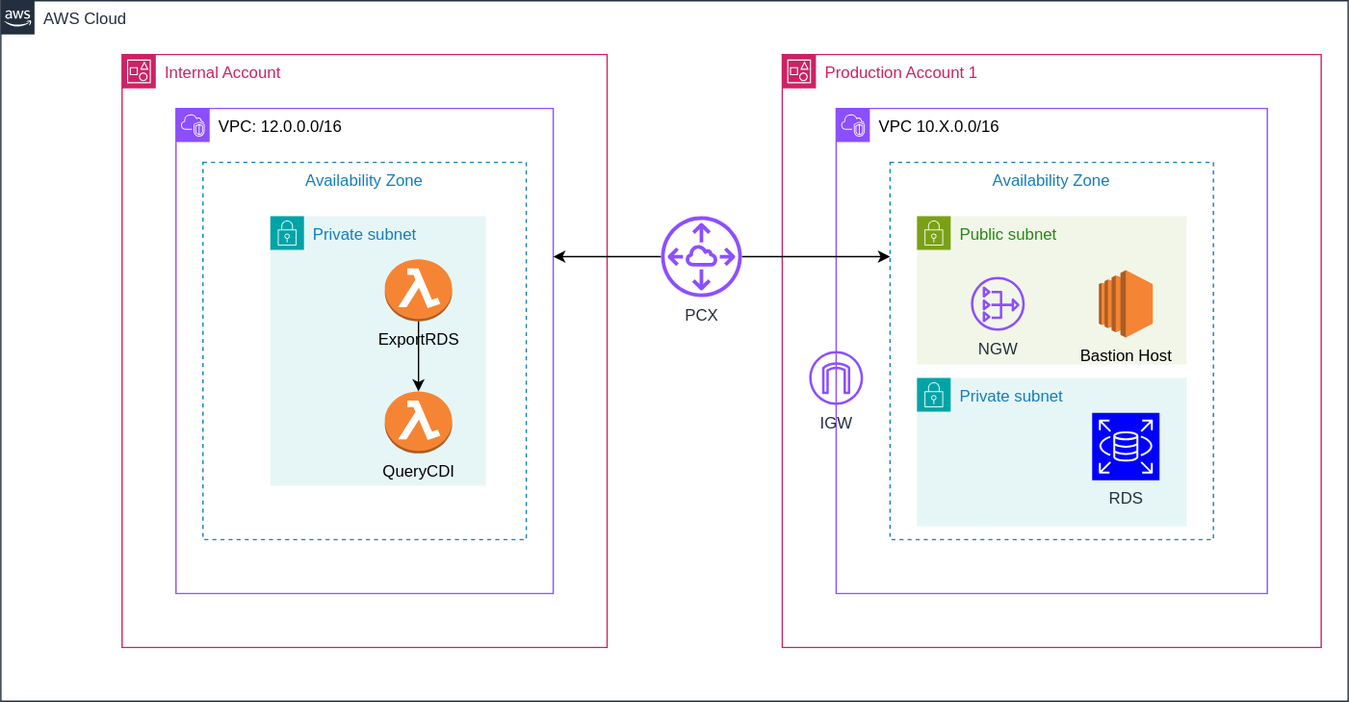
Earlier version of the draw.io export diagrams/VPC Peering Network Diagram.svg (omarsinno-oreyeon/AWSProductionNetwork). Source tidied: cells renumbered, new cells last; positions are measured from the earlier drawing's top-left corner, leaving out a move shared by most shapes. The source it was exported from:
```xml
<mxGraphModel>
  <root>
    <mxCell id="0" />
    <mxCell id="1" parent="0" />
    <mxCell id="2" value="AWS Cloud" style="gradientColor=none;html=1;whiteSpace=wrap;fontSize=12;fontStyle=0;shape=mxgraph.aws4.group;grIcon=mxgraph.aws4.group_aws_cloud_alt;strokeColor=#232F3E;fillColor=none;verticalAlign=top;align=left;spacingLeft=30;fontColor=#232F3E;dashed=0;" parent="1" vertex="1">
      <mxGeometry width="1000" height="520" as="geometry" />
    </mxCell>
    <mxCell id="3" value="Internal Account" style="gradientColor=none;html=1;whiteSpace=wrap;fontSize=12;fontStyle=0;shape=mxgraph.aws4.group;grIcon=mxgraph.aws4.group_account;strokeColor=#CD2264;fillColor=none;verticalAlign=top;align=left;spacingLeft=30;fontColor=#CD2264;dashed=0;" parent="2" vertex="1">
      <mxGeometry x="90" y="40" width="360" height="440" as="geometry" />
    </mxCell>
    <mxCell id="4" value="&lt;font color=&quot;#000000&quot;&gt;VPC: 12.0.0.0/16&lt;/font&gt;" style="points=[[0,0],[0.25,0],[0.5,0],[0.75,0],[1,0],[1,0.25],[1,0.5],[1,0.75],[1,1],[0.75,1],[0.5,1],[0.25,1],[0,1],[0,0.75],[0,0.5],[0,0.25]];outlineConnect=0;gradientColor=none;html=1;whiteSpace=wrap;fontSize=12;fontStyle=0;shape=mxgraph.aws4.group;grIcon=mxgraph.aws4.group_vpc2;strokeColor=#8C4FFF;fillColor=none;verticalAlign=top;align=left;spacingLeft=30;fontColor=#AAB7B8;dashed=0;" parent="3" vertex="1">
      <mxGeometry x="40" y="40" width="280" height="360" as="geometry" />
    </mxCell>
    <mxCell id="5" value="Availability Zone" style="fillColor=none;strokeColor=#147EBA;dashed=1;verticalAlign=top;fontStyle=0;fontColor=#147EBA;whiteSpace=wrap;html=1;" parent="4" vertex="1">
      <mxGeometry x="20" y="40" width="240" height="280" as="geometry" />
    </mxCell>
    <mxCell id="6" value="Private subnet" style="gradientColor=none;html=1;whiteSpace=wrap;fontSize=12;fontStyle=0;shape=mxgraph.aws4.group;grIcon=mxgraph.aws4.group_security_group;grStroke=0;strokeColor=#00A4A6;fillColor=#E6F6F7;verticalAlign=top;align=left;spacingLeft=30;fontColor=#147EBA;dashed=0;" parent="4" vertex="1">
      <mxGeometry x="70" y="80" width="160" height="200" as="geometry" />
    </mxCell>
    <mxCell id="7" value="ExportRDS" style="outlineConnect=0;dashed=0;verticalLabelPosition=bottom;verticalAlign=top;align=center;html=1;shape=mxgraph.aws3.lambda_function;fillColor=#F58534;gradientColor=none;" parent="6" vertex="1">
      <mxGeometry x="85" y="32" width="50" height="46" as="geometry" />
    </mxCell>
    <mxCell id="8" value="QueryCDI" style="outlineConnect=0;dashed=0;verticalLabelPosition=bottom;verticalAlign=top;align=center;html=1;shape=mxgraph.aws3.lambda_function;fillColor=#F58534;gradientColor=none;" parent="6" vertex="1">
      <mxGeometry x="85" y="130" width="50" height="46" as="geometry" />
    </mxCell>
    <mxCell id="9" style="edgeStyle=orthogonalEdgeStyle;rounded=0;jettySize=auto;html=1;" parent="6" edge="1" source="7" target="8">
      <mxGeometry relative="1" as="geometry" />
    </mxCell>
    <mxCell id="10" value="Production Account 1" style="gradientColor=none;html=1;whiteSpace=wrap;fontSize=12;fontStyle=0;shape=mxgraph.aws4.group;grIcon=mxgraph.aws4.group_account;strokeColor=#CD2264;fillColor=none;verticalAlign=top;align=left;spacingLeft=30;fontColor=#CD2264;dashed=0;" parent="2" vertex="1">
      <mxGeometry x="580" y="40" width="400" height="440" as="geometry" />
    </mxCell>
    <mxCell id="11" value="&lt;font color=&quot;#000000&quot;&gt;VPC 10.X.0.0/16&lt;/font&gt;" style="gradientColor=none;html=1;whiteSpace=wrap;fontSize=12;fontStyle=0;shape=mxgraph.aws4.group;grIcon=mxgraph.aws4.group_vpc2;strokeColor=#8C4FFF;fillColor=none;verticalAlign=top;align=left;spacingLeft=30;fontColor=#AAB7B8;dashed=0;" parent="10" vertex="1">
      <mxGeometry x="40" y="40" width="320" height="360" as="geometry" />
    </mxCell>
    <mxCell id="12" value="Availability Zone" style="fillColor=none;strokeColor=#147EBA;dashed=1;verticalAlign=top;fontStyle=0;fontColor=#147EBA;whiteSpace=wrap;html=1;" parent="11" vertex="1">
      <mxGeometry x="40" y="40" width="240" height="280" as="geometry" />
    </mxCell>
    <mxCell id="13" value="Public subnet" style="gradientColor=none;html=1;whiteSpace=wrap;fontSize=12;fontStyle=0;shape=mxgraph.aws4.group;grIcon=mxgraph.aws4.group_security_group;grStroke=0;strokeColor=#7AA116;fillColor=#F2F6E8;verticalAlign=top;align=left;spacingLeft=30;fontColor=#248814;dashed=0;" parent="11" vertex="1">
      <mxGeometry x="60" y="80" width="200" height="110" as="geometry" />
    </mxCell>
    <mxCell id="14" value="Bastion Host" style="dashed=0;verticalLabelPosition=bottom;verticalAlign=top;align=center;html=1;shape=mxgraph.aws3.ec2;fillColor=#F58534;gradientColor=none;" parent="13" vertex="1">
      <mxGeometry x="135" y="40" width="40" height="50" as="geometry" />
    </mxCell>
    <mxCell id="15" value="NGW" style="sketch=0;fontColor=#232F3E;gradientColor=none;fillColor=#8C4FFF;strokeColor=none;dashed=0;verticalLabelPosition=bottom;verticalAlign=top;align=center;html=1;fontSize=12;fontStyle=0;shape=mxgraph.aws4.nat_gateway;" parent="13" vertex="1">
      <mxGeometry x="40" y="45" width="40" height="40" as="geometry" />
    </mxCell>
    <mxCell id="16" value="Private subnet" style="gradientColor=none;html=1;whiteSpace=wrap;fontSize=12;fontStyle=0;shape=mxgraph.aws4.group;grIcon=mxgraph.aws4.group_security_group;grStroke=0;strokeColor=#00A4A6;fillColor=#E6F6F7;verticalAlign=top;align=left;spacingLeft=30;fontColor=#147EBA;dashed=0;" parent="11" vertex="1">
      <mxGeometry x="60" y="200" width="200" height="110" as="geometry" />
    </mxCell>
    <mxCell id="17" value="RDS" style="sketch=0;fontColor=#232F3E;fillColor=#0000FF;strokeColor=#ffffff;dashed=0;verticalLabelPosition=bottom;verticalAlign=top;align=center;html=1;fontSize=12;fontStyle=0;shape=mxgraph.aws4.resourceIcon;resIcon=mxgraph.aws4.rds;" parent="16" vertex="1">
      <mxGeometry x="130" y="26" width="50" height="50" as="geometry" />
    </mxCell>
    <mxCell id="18" value="IGW" style="sketch=0;fontColor=#232F3E;gradientColor=none;fillColor=#8C4FFF;strokeColor=none;dashed=0;verticalLabelPosition=bottom;verticalAlign=top;align=center;html=1;fontSize=12;fontStyle=0;shape=mxgraph.aws4.internet_gateway;" parent="11" vertex="1">
      <mxGeometry x="-20" y="180" width="40" height="40" as="geometry" />
    </mxCell>
    <mxCell id="19" style="edgeStyle=orthogonalEdgeStyle;rounded=0;jettySize=auto;html=1;" parent="2" edge="1" source="21" target="4">
      <mxGeometry relative="1" as="geometry">
        <Array as="points">
          <mxPoint x="460" y="190" />
          <mxPoint x="460" y="190" />
        </Array>
      </mxGeometry>
    </mxCell>
    <mxCell id="20" style="edgeStyle=orthogonalEdgeStyle;rounded=0;jettySize=auto;html=1;entryX=0;entryY=0.25;entryDx=0;entryDy=0;" parent="2" edge="1" source="21" target="12">
      <mxGeometry relative="1" as="geometry" />
    </mxCell>
    <mxCell id="21" value="PCX" style="sketch=0;outlineConnect=0;fontColor=#232F3E;gradientColor=none;fillColor=#8C4FFF;strokeColor=none;dashed=0;verticalLabelPosition=bottom;verticalAlign=top;align=center;html=1;fontSize=12;fontStyle=0;shape=mxgraph.aws4.peering;" parent="2" vertex="1">
      <mxGeometry x="490" y="160" width="60" height="60" as="geometry" />
    </mxCell>
  </root>
</mxGraphModel>
```
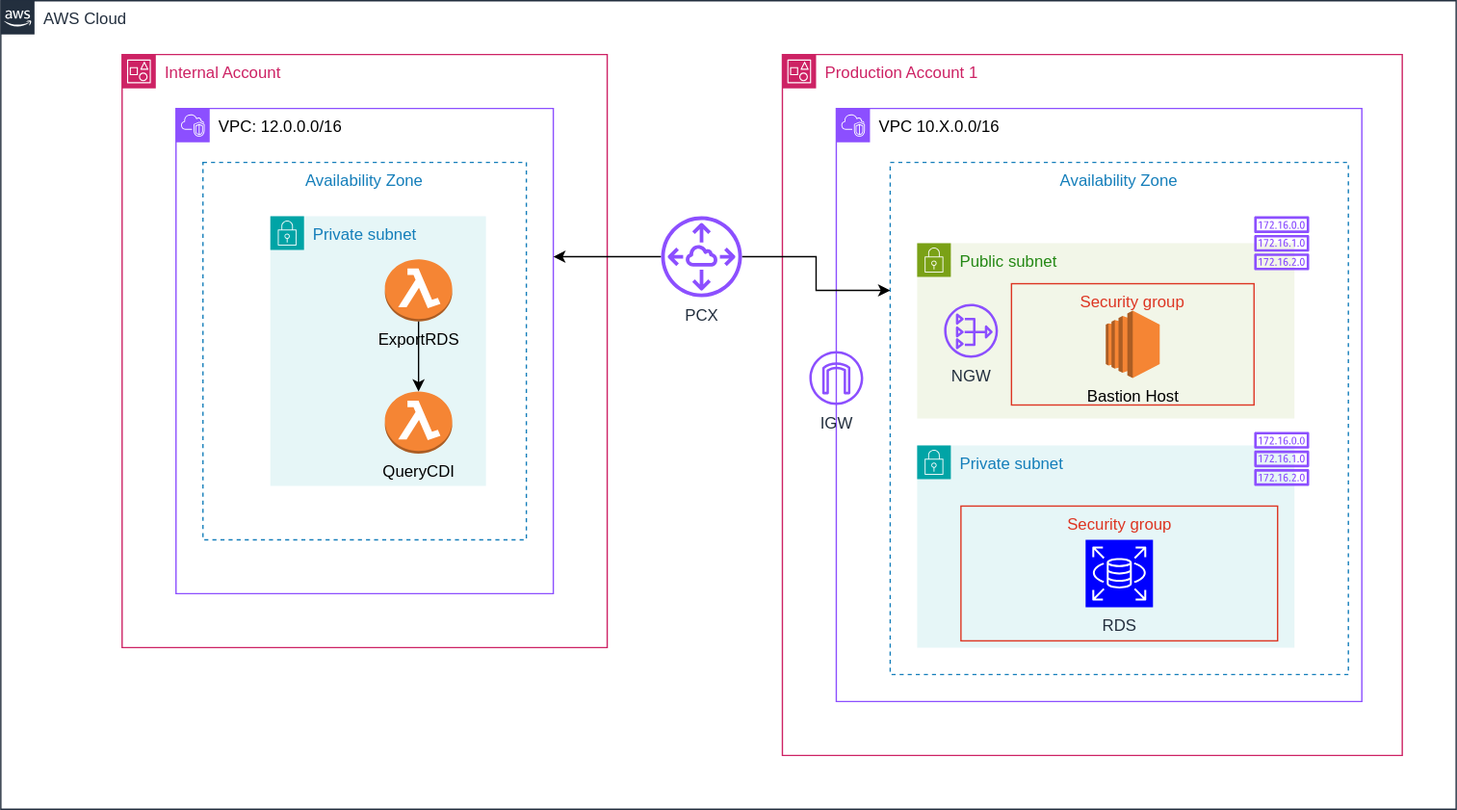
Above is the later version.

Diff of the diagram source:
```diff
@@ -3,7 +3,7 @@
     <mxCell id="0" />
     <mxCell id="1" parent="0" />
     <mxCell id="2" value="AWS Cloud" style="gradientColor=none;html=1;whiteSpace=wrap;fontSize=12;fontStyle=0;shape=mxgraph.aws4.group;grIcon=mxgraph.aws4.group_aws_cloud_alt;strokeColor=#232F3E;fillColor=none;verticalAlign=top;align=left;spacingLeft=30;fontColor=#232F3E;dashed=0;" parent="1" vertex="1">
-      <mxGeometry width="1000" height="520" as="geometry" />
+      <mxGeometry width="1080" height="600" as="geometry" />
     </mxCell>
     <mxCell id="3" value="Internal Account" style="gradientColor=none;html=1;whiteSpace=wrap;fontSize=12;fontStyle=0;shape=mxgraph.aws4.group;grIcon=mxgraph.aws4.group_account;strokeColor=#CD2264;fillColor=none;verticalAlign=top;align=left;spacingLeft=30;fontColor=#CD2264;dashed=0;" parent="2" vertex="1">
       <mxGeometry x="90" y="40" width="360" height="440" as="geometry" />
@@ -27,32 +27,44 @@
       <mxGeometry relative="1" as="geometry" />
     </mxCell>
     <mxCell id="10" value="Production Account 1" style="gradientColor=none;html=1;whiteSpace=wrap;fontSize=12;fontStyle=0;shape=mxgraph.aws4.group;grIcon=mxgraph.aws4.group_account;strokeColor=#CD2264;fillColor=none;verticalAlign=top;align=left;spacingLeft=30;fontColor=#CD2264;dashed=0;" parent="2" vertex="1">
-      <mxGeometry x="580" y="40" width="400" height="440" as="geometry" />
+      <mxGeometry x="580" y="40" width="460" height="520" as="geometry" />
     </mxCell>
     <mxCell id="11" value="&lt;font color=&quot;#000000&quot;&gt;VPC 10.X.0.0/16&lt;/font&gt;" style="gradientColor=none;html=1;whiteSpace=wrap;fontSize=12;fontStyle=0;shape=mxgraph.aws4.group;grIcon=mxgraph.aws4.group_vpc2;strokeColor=#8C4FFF;fillColor=none;verticalAlign=top;align=left;spacingLeft=30;fontColor=#AAB7B8;dashed=0;" parent="10" vertex="1">
-      <mxGeometry x="40" y="40" width="320" height="360" as="geometry" />
+      <mxGeometry x="40" y="40" width="390" height="440" as="geometry" />
     </mxCell>
     <mxCell id="12" value="Availability Zone" style="fillColor=none;strokeColor=#147EBA;dashed=1;verticalAlign=top;fontStyle=0;fontColor=#147EBA;whiteSpace=wrap;html=1;" parent="11" vertex="1">
-      <mxGeometry x="40" y="40" width="240" height="280" as="geometry" />
+      <mxGeometry x="40" y="40" width="340" height="380" as="geometry" />
     </mxCell>
     <mxCell id="13" value="Public subnet" style="gradientColor=none;html=1;whiteSpace=wrap;fontSize=12;fontStyle=0;shape=mxgraph.aws4.group;grIcon=mxgraph.aws4.group_security_group;grStroke=0;strokeColor=#7AA116;fillColor=#F2F6E8;verticalAlign=top;align=left;spacingLeft=30;fontColor=#248814;dashed=0;" parent="11" vertex="1">
-      <mxGeometry x="60" y="80" width="200" height="110" as="geometry" />
+      <mxGeometry x="60" y="100" width="280" height="130" as="geometry" />
     </mxCell>
     <mxCell id="14" value="Bastion Host" style="dashed=0;verticalLabelPosition=bottom;verticalAlign=top;align=center;html=1;shape=mxgraph.aws3.ec2;fillColor=#F58534;gradientColor=none;" parent="13" vertex="1">
-      <mxGeometry x="135" y="40" width="40" height="50" as="geometry" />
+      <mxGeometry x="140" y="50" width="40" height="50" as="geometry" />
     </mxCell>
-    <mxCell id="15" value="NGW" style="sketch=0;fontColor=#232F3E;gradientColor=none;fillColor=#8C4FFF;strokeColor=none;dashed=0;verticalLabelPosition=bottom;verticalAlign=top;align=center;html=1;fontSize=12;fontStyle=0;shape=mxgraph.aws4.nat_gateway;" parent="13" vertex="1">
-      <mxGeometry x="40" y="45" width="40" height="40" as="geometry" />
-    </mxCell>
     <mxCell id="16" value="Private subnet" style="gradientColor=none;html=1;whiteSpace=wrap;fontSize=12;fontStyle=0;shape=mxgraph.aws4.group;grIcon=mxgraph.aws4.group_security_group;grStroke=0;strokeColor=#00A4A6;fillColor=#E6F6F7;verticalAlign=top;align=left;spacingLeft=30;fontColor=#147EBA;dashed=0;" parent="11" vertex="1">
-      <mxGeometry x="60" y="200" width="200" height="110" as="geometry" />
+      <mxGeometry x="60" y="250" width="280" height="150" as="geometry" />
     </mxCell>
+    <mxCell id="22" value="Security group" style="fillColor=none;strokeColor=#DD3522;verticalAlign=top;fontStyle=0;fontColor=#DD3522;whiteSpace=wrap;html=1;" parent="16" vertex="1">
+      <mxGeometry x="32.5" y="45" width="235" height="100" as="geometry" />
+    </mxCell>
     <mxCell id="17" value="RDS" style="sketch=0;fontColor=#232F3E;fillColor=#0000FF;strokeColor=#ffffff;dashed=0;verticalLabelPosition=bottom;verticalAlign=top;align=center;html=1;fontSize=12;fontStyle=0;shape=mxgraph.aws4.resourceIcon;resIcon=mxgraph.aws4.rds;" parent="16" vertex="1">
-      <mxGeometry x="130" y="26" width="50" height="50" as="geometry" />
+      <mxGeometry x="125" y="70" width="50" height="50" as="geometry" />
     </mxCell>
     <mxCell id="18" value="IGW" style="sketch=0;fontColor=#232F3E;gradientColor=none;fillColor=#8C4FFF;strokeColor=none;dashed=0;verticalLabelPosition=bottom;verticalAlign=top;align=center;html=1;fontSize=12;fontStyle=0;shape=mxgraph.aws4.internet_gateway;" parent="11" vertex="1">
       <mxGeometry x="-20" y="180" width="40" height="40" as="geometry" />
     </mxCell>
+    <mxCell id="15" value="NGW" style="sketch=0;fontColor=#232F3E;gradientColor=none;fillColor=#8C4FFF;strokeColor=none;dashed=0;verticalLabelPosition=bottom;verticalAlign=top;align=center;html=1;fontSize=12;fontStyle=0;shape=mxgraph.aws4.nat_gateway;" parent="11" vertex="1">
+      <mxGeometry x="80" y="145" width="40" height="40" as="geometry" />
+    </mxCell>
+    <mxCell id="23" value="Security group" style="fillColor=none;strokeColor=#DD3522;verticalAlign=top;fontStyle=0;fontColor=#DD3522;whiteSpace=wrap;html=1;" parent="11" vertex="1">
+      <mxGeometry x="130" y="130" width="180" height="90" as="geometry" />
+    </mxCell>
+    <mxCell id="24" style="sketch=0;fontColor=#232F3E;gradientColor=none;fillColor=#8C4FFF;strokeColor=none;dashed=0;verticalLabelPosition=bottom;verticalAlign=top;align=center;html=1;fontSize=12;fontStyle=0;shape=mxgraph.aws4.route_table;" parent="11" vertex="1">
+      <mxGeometry x="310" y="240" width="41" height="40" as="geometry" />
+    </mxCell>
+    <mxCell id="25" style="sketch=0;fontColor=#232F3E;gradientColor=none;fillColor=#8C4FFF;strokeColor=none;dashed=0;verticalLabelPosition=bottom;verticalAlign=top;align=center;html=1;fontSize=12;fontStyle=0;shape=mxgraph.aws4.route_table;" parent="11" vertex="1">
+      <mxGeometry x="310" y="80" width="41" height="40" as="geometry" />
+    </mxCell>
     <mxCell id="19" style="edgeStyle=orthogonalEdgeStyle;rounded=0;jettySize=auto;html=1;" parent="2" edge="1" source="21" target="4">
       <mxGeometry relative="1" as="geometry">
         <Array as="points">
```
